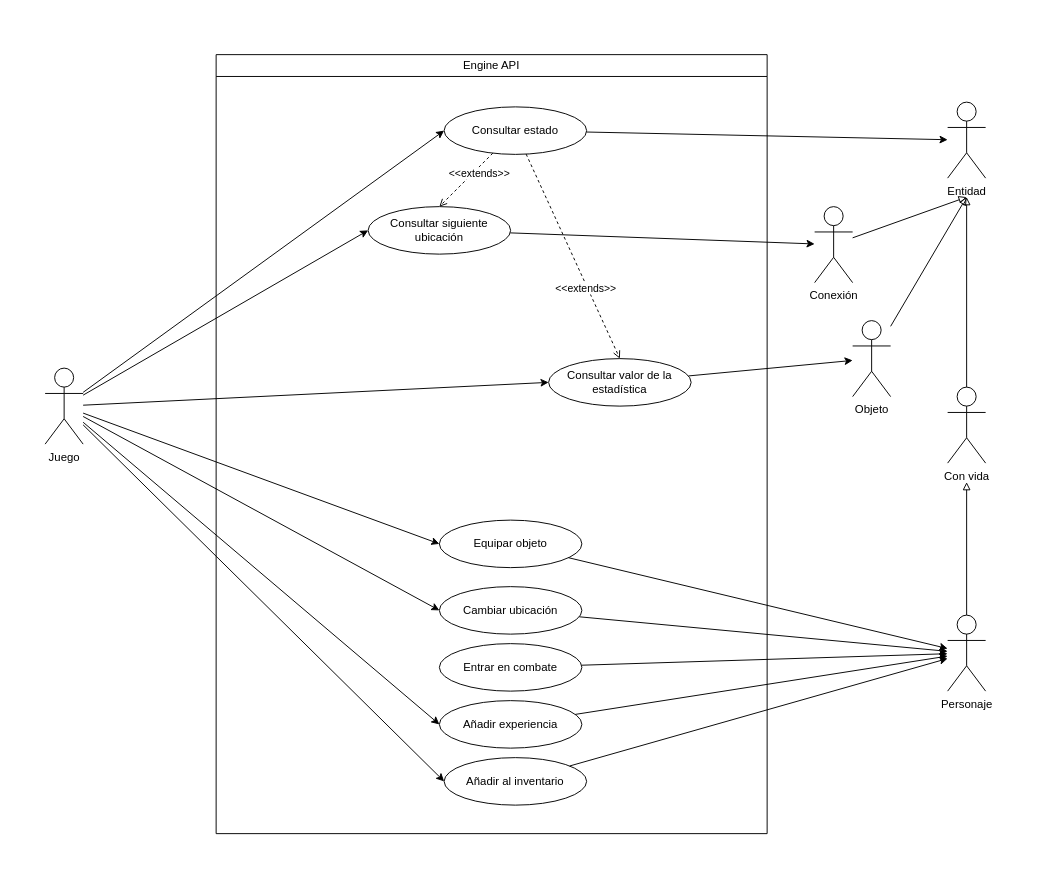
Before: document/tex_files/mainmatter/chapter_4/images/diagrama_analisis_motor/casos_uso_motor_2.drawio in ThAlsay/Hephaestus, a draw.io diagram. Source tidied: cells renumbered, new cells numbered last; positions are measured from the earlier drawing's top-left corner, leaving out a move shared by most shapes. Both pictures are drawn from the tidied source at 95%, with x=0, y=0 at pixel (45, 54).
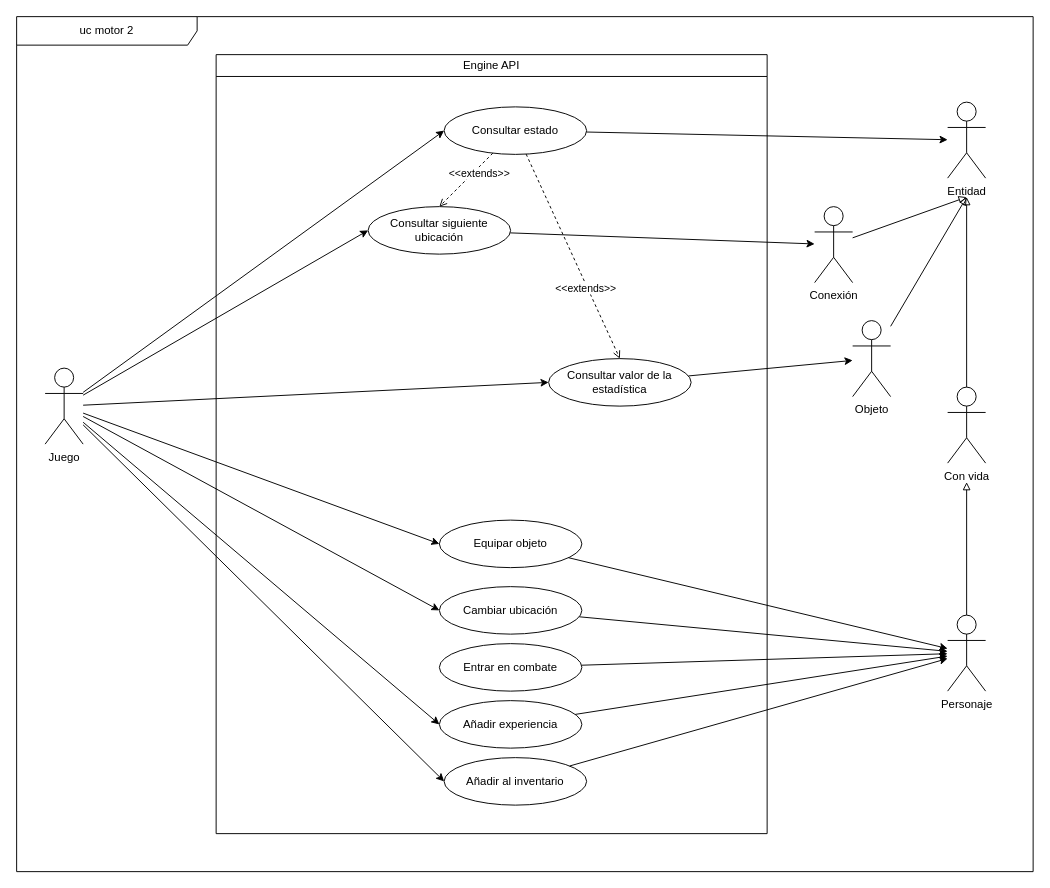
The same page after the edit.

The edit, as a diff of the source:
```diff
@@
+    <mxCell id="40" value="uc motor 2" style="shape=umlFrame;whiteSpace=wrap;html=1;width=190;height=30;" parent="1" vertex="1">
+      <mxGeometry x="-30" y="-40" width="1070" height="900" as="geometry" />
+    </mxCell>
```
